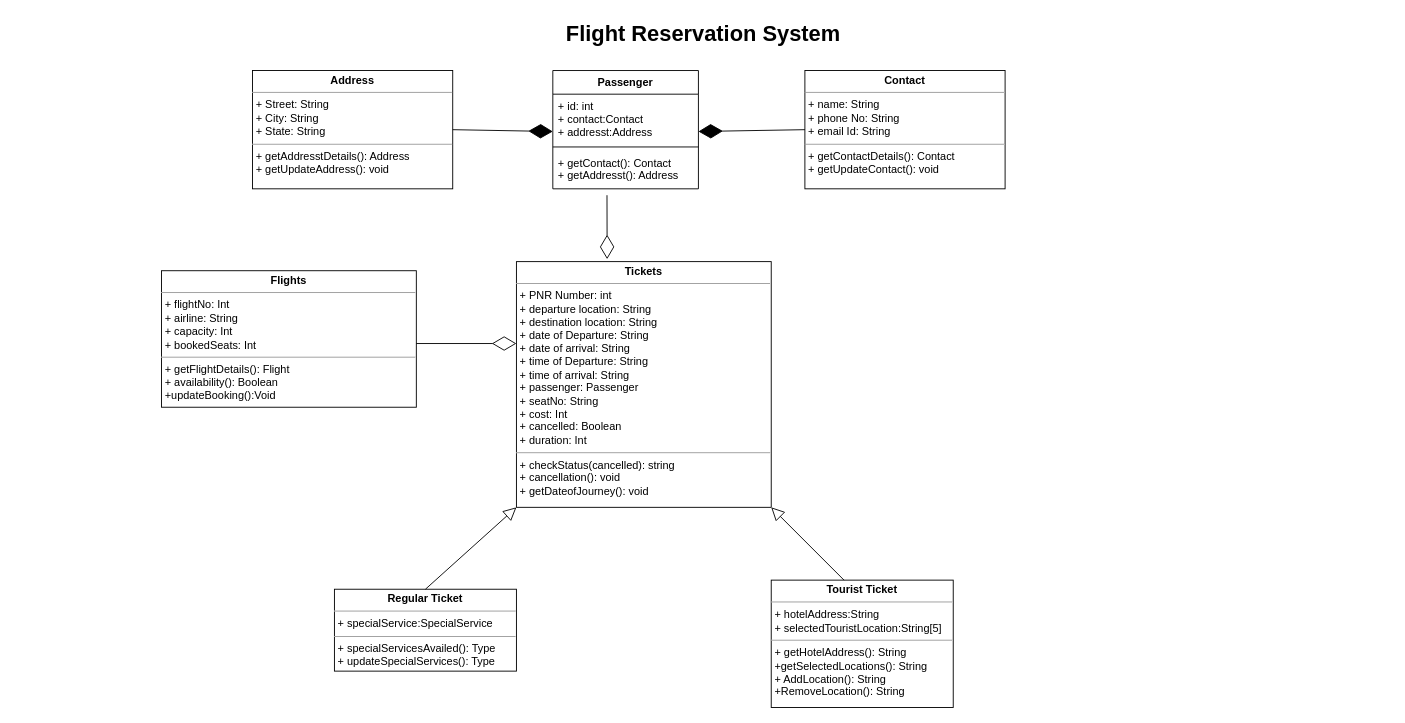
This is FRS.drawio from sudharm20/Flight_reservation_system, a draw.io file, before an edit. Source tidied: cells renumbered, new cells numbered last; positions are measured from the earlier drawing's top-left corner, leaving out a move shared by most shapes. Both pictures are drawn from the tidied source at 91%, with x=0, y=0 at pixel (15, 15).
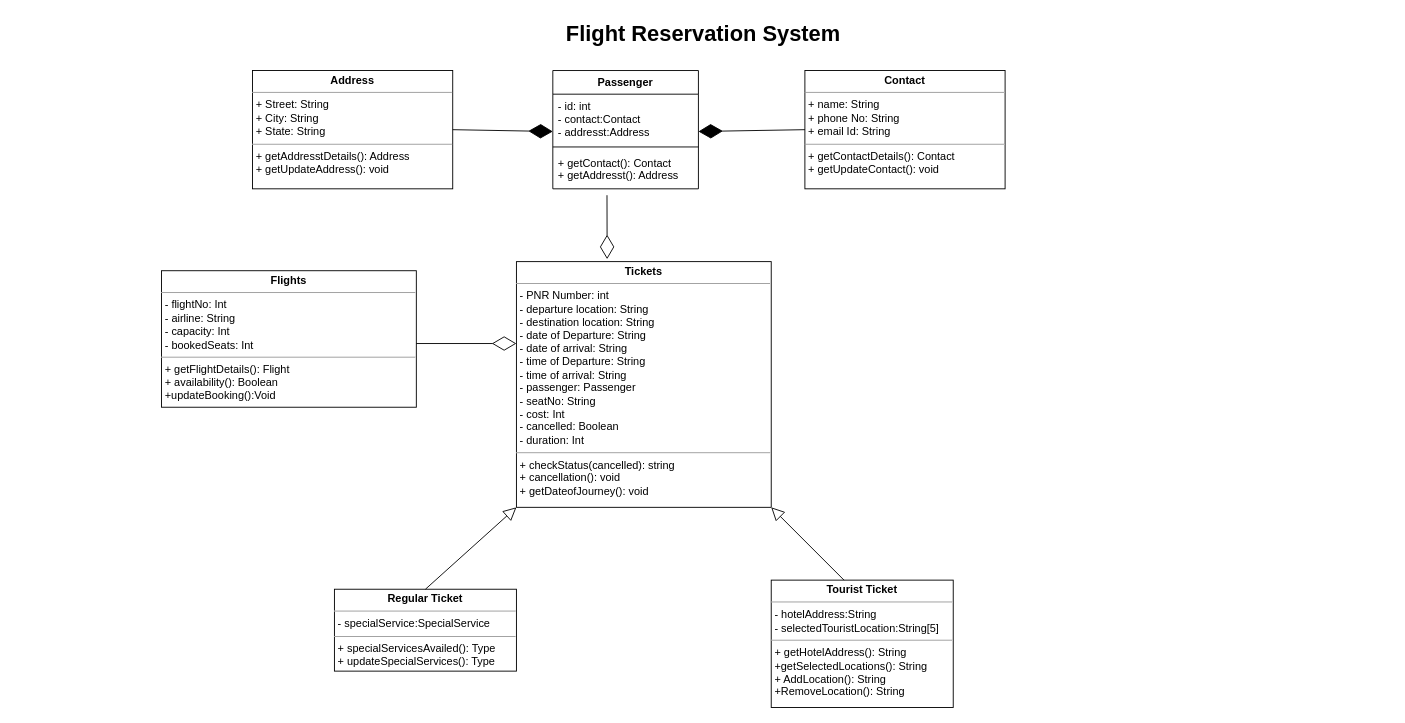
After the change.

Unchanged cells that the change refers to:
```xml
<mxCell id="12" value="Passenger" style="swimlane;fontStyle=1;align=center;verticalAlign=top;horizontal=1;startSize=26;" parent="1" vertex="1">
  <mxGeometry x="590" y="60" width="160" height="130" as="geometry" />
</mxCell>
```

The edit, as a diff of the source:
```diff
@@
-    <mxCell id="10" value="&lt;p style=&quot;margin: 0px ; margin-top: 4px ; text-align: center&quot;&gt;&lt;b&gt;Tickets&lt;/b&gt;&lt;/p&gt;&lt;hr size=&quot;1&quot;&gt;&lt;p style=&quot;margin: 0px ; margin-left: 4px&quot;&gt;+ PNR Number: int&lt;br&gt;&lt;/p&gt;&lt;p style=&quot;margin: 0px ; margin-left: 4px&quot;&gt;+ departure location: String&lt;br&gt;&lt;/p&gt;&lt;p style=&quot;margin: 0px ; margin-left: 4px&quot;&gt;+ destination location: String&amp;nbsp;&lt;br&gt;&lt;/p&gt;&lt;p style=&quot;margin: 0px ; margin-left: 4px&quot;&gt;+ date of Departure: String&lt;br&gt;&lt;/p&gt;&lt;p style=&quot;margin: 0px 0px 0px 4px&quot;&gt;+ date of arrival: String&lt;/p&gt;&lt;p style=&quot;margin: 0px ; margin-left: 4px&quot;&gt;+ time of Departure: String&lt;br&gt;&lt;/p&gt;&lt;p style=&quot;margin: 0px ; margin-left: 4px&quot;&gt;+ time of arrival: String&lt;/p&gt;&lt;p style=&quot;margin: 0px 0px 0px 4px&quot;&gt;+ passenger: Passenger&lt;/p&gt;&lt;p style=&quot;margin: 0px 0px 0px 4px&quot;&gt;+ seatNo: String&lt;/p&gt;&lt;p style=&quot;margin: 0px 0px 0px 4px&quot;&gt;&lt;span&gt;+ cost: Int&lt;/span&gt;&lt;br&gt;&lt;/p&gt;&lt;p style=&quot;margin: 0px 0px 0px 4px&quot;&gt;&lt;span&gt;+ cancelled: Boolean&lt;/span&gt;&lt;/p&gt;&lt;p style=&quot;margin: 0px 0px 0px 4px&quot;&gt;+ duration: Int&lt;/p&gt;&lt;hr size=&quot;1&quot;&gt;&lt;p style=&quot;margin: 0px ; margin-left: 4px&quot;&gt;+ checkStatus(cancelled): string&lt;/p&gt;&lt;p style=&quot;margin: 0px 0px 0px 4px&quot;&gt;+ cancellation(): void&lt;/p&gt;&lt;p style=&quot;margin: 0px 0px 0px 4px&quot;&gt;+ getDateofJourney(): void&lt;/p&gt;&lt;p style=&quot;margin: 0px 0px 0px 4px&quot;&gt;&lt;br&gt;&lt;/p&gt;&lt;p style=&quot;margin: 0px 0px 0px 4px&quot;&gt;&lt;br&gt;&lt;/p&gt;" style="verticalAlign=top;align=left;overflow=fill;fontSize=12;fontFamily=Helvetica;html=1;" parent="1" vertex="1">
+    <mxCell id="10" value="&lt;p style=&quot;margin: 0px ; margin-top: 4px ; text-align: center&quot;&gt;&lt;b&gt;Tickets&lt;/b&gt;&lt;/p&gt;&lt;hr size=&quot;1&quot;&gt;&lt;p style=&quot;margin: 0px ; margin-left: 4px&quot;&gt;- PNR Number: int&lt;br&gt;&lt;/p&gt;&lt;p style=&quot;margin: 0px ; margin-left: 4px&quot;&gt;- departure location: String&lt;br&gt;&lt;/p&gt;&lt;p style=&quot;margin: 0px ; margin-left: 4px&quot;&gt;- destination location: String&amp;nbsp;&lt;br&gt;&lt;/p&gt;&lt;p style=&quot;margin: 0px ; margin-left: 4px&quot;&gt;- date of Departure: String&lt;br&gt;&lt;/p&gt;&lt;p style=&quot;margin: 0px 0px 0px 4px&quot;&gt;- date of arrival: String&lt;/p&gt;&lt;p style=&quot;margin: 0px ; margin-left: 4px&quot;&gt;- time of Departure: String&lt;br&gt;&lt;/p&gt;&lt;p style=&quot;margin: 0px ; margin-left: 4px&quot;&gt;- time of arrival: String&lt;/p&gt;&lt;p style=&quot;margin: 0px 0px 0px 4px&quot;&gt;- passenger: Passenger&lt;/p&gt;&lt;p style=&quot;margin: 0px 0px 0px 4px&quot;&gt;- seatNo: String&lt;/p&gt;&lt;p style=&quot;margin: 0px 0px 0px 4px&quot;&gt;&lt;span&gt;- cost: Int&lt;/span&gt;&lt;br&gt;&lt;/p&gt;&lt;p style=&quot;margin: 0px 0px 0px 4px&quot;&gt;&lt;span&gt;- cancelled: Boolean&lt;/span&gt;&lt;/p&gt;&lt;p style=&quot;margin: 0px 0px 0px 4px&quot;&gt;- duration: Int&lt;/p&gt;&lt;hr size=&quot;1&quot;&gt;&lt;p style=&quot;margin: 0px ; margin-left: 4px&quot;&gt;+ checkStatus(cancelled): string&lt;/p&gt;&lt;p style=&quot;margin: 0px 0px 0px 4px&quot;&gt;+ cancellation(): void&lt;/p&gt;&lt;p style=&quot;margin: 0px 0px 0px 4px&quot;&gt;+ getDateofJourney(): void&lt;/p&gt;&lt;p style=&quot;margin: 0px 0px 0px 4px&quot;&gt;&lt;br&gt;&lt;/p&gt;&lt;p style=&quot;margin: 0px 0px 0px 4px&quot;&gt;&lt;br&gt;&lt;/p&gt;" style="verticalAlign=top;align=left;overflow=fill;fontSize=12;fontFamily=Helvetica;html=1;" parent="1" vertex="1">
       <mxGeometry x="550" y="270" width="280" height="270" as="geometry" />
     </mxCell>
-    <mxCell id="11" value="&lt;p style=&quot;margin: 0px ; margin-top: 4px ; text-align: center&quot;&gt;&lt;b&gt;Flights&lt;/b&gt;&lt;/p&gt;&lt;hr size=&quot;1&quot;&gt;&lt;p style=&quot;margin: 0px ; margin-left: 4px&quot;&gt;+ flightNo: Int&lt;br&gt;&lt;/p&gt;&lt;p style=&quot;margin: 0px ; margin-left: 4px&quot;&gt;+ airline: String&lt;br&gt;&lt;/p&gt;&lt;p style=&quot;margin: 0px ; margin-left: 4px&quot;&gt;+ capacity: Int&lt;br&gt;&lt;/p&gt;&lt;p style=&quot;margin: 0px ; margin-left: 4px&quot;&gt;+ bookedSeats: Int&lt;/p&gt;&lt;hr size=&quot;1&quot;&gt;&lt;p style=&quot;margin: 0px ; margin-left: 4px&quot;&gt;+ getFlightDetails(): Flight&lt;/p&gt;&lt;p style=&quot;margin: 0px 0px 0px 4px&quot;&gt;+ availability(): Boolean&lt;/p&gt;&lt;p style=&quot;margin: 0px 0px 0px 4px&quot;&gt;+updateBooking():Void&lt;/p&gt;&lt;p style=&quot;margin: 0px 0px 0px 4px&quot;&gt;&lt;br&gt;&lt;/p&gt;" style="verticalAlign=top;align=left;overflow=fill;fontSize=12;fontFamily=Helvetica;html=1;" parent="1" vertex="1">
+    <mxCell id="11" value="&lt;p style=&quot;margin: 0px ; margin-top: 4px ; text-align: center&quot;&gt;&lt;b&gt;Flights&lt;/b&gt;&lt;/p&gt;&lt;hr size=&quot;1&quot;&gt;&lt;p style=&quot;margin: 0px ; margin-left: 4px&quot;&gt;- flightNo: Int&lt;br&gt;&lt;/p&gt;&lt;p style=&quot;margin: 0px ; margin-left: 4px&quot;&gt;- airline: String&lt;br&gt;&lt;/p&gt;&lt;p style=&quot;margin: 0px ; margin-left: 4px&quot;&gt;- capacity: Int&lt;br&gt;&lt;/p&gt;&lt;p style=&quot;margin: 0px ; margin-left: 4px&quot;&gt;- bookedSeats: Int&lt;/p&gt;&lt;hr size=&quot;1&quot;&gt;&lt;p style=&quot;margin: 0px ; margin-left: 4px&quot;&gt;+ getFlightDetails(): Flight&lt;/p&gt;&lt;p style=&quot;margin: 0px 0px 0px 4px&quot;&gt;+ availability(): Boolean&lt;/p&gt;&lt;p style=&quot;margin: 0px 0px 0px 4px&quot;&gt;+updateBooking():Void&lt;/p&gt;&lt;p style=&quot;margin: 0px 0px 0px 4px&quot;&gt;&lt;br&gt;&lt;/p&gt;" style="verticalAlign=top;align=left;overflow=fill;fontSize=12;fontFamily=Helvetica;html=1;" parent="1" vertex="1">
       <mxGeometry x="160" y="280" width="280" height="150" as="geometry" />
     </mxCell>
@@
-    <mxCell id="13" value="+ id: int&#10;+ contact:Contact&#10;+ addresst:Address" style="text;strokeColor=none;fillColor=none;align=left;verticalAlign=top;spacingLeft=4;spacingRight=4;overflow=hidden;" parent="12" vertex="1">
+    <mxCell id="13" value="- id: int&#10;- contact:Contact&#10;- addresst:Address" style="text;strokeColor=none;fillColor=none;align=left;verticalAlign=top;spacingLeft=4;spacingRight=4;overflow=hidden;" parent="12" vertex="1">
       <mxGeometry y="26" width="160" height="54" as="geometry" />
     </mxCell>
@@
-    <mxCell id="19" value="&lt;p style=&quot;margin: 0px ; margin-top: 4px ; text-align: center&quot;&gt;&lt;b&gt;Regular Ticket&lt;/b&gt;&lt;/p&gt;&lt;hr size=&quot;1&quot;&gt;&lt;p style=&quot;margin: 0px ; margin-left: 4px&quot;&gt;+ specialService:SpecialService&amp;nbsp;&lt;/p&gt;&lt;hr size=&quot;1&quot;&gt;&lt;p style=&quot;margin: 0px ; margin-left: 4px&quot;&gt;+ specialServicesAvailed(): Type&lt;/p&gt;&lt;p style=&quot;margin: 0px 0px 0px 4px&quot;&gt;+ updateSpecialServices(): Type&lt;/p&gt;&lt;p style=&quot;margin: 0px 0px 0px 4px&quot;&gt;&lt;br&gt;&lt;/p&gt;" style="verticalAlign=top;align=left;overflow=fill;fontSize=12;fontFamily=Helvetica;html=1;" parent="1" vertex="1">
+    <mxCell id="19" value="&lt;p style=&quot;margin: 0px ; margin-top: 4px ; text-align: center&quot;&gt;&lt;b&gt;Regular Ticket&lt;/b&gt;&lt;/p&gt;&lt;hr size=&quot;1&quot;&gt;&lt;p style=&quot;margin: 0px ; margin-left: 4px&quot;&gt;- specialService:SpecialService&amp;nbsp;&lt;/p&gt;&lt;hr size=&quot;1&quot;&gt;&lt;p style=&quot;margin: 0px ; margin-left: 4px&quot;&gt;+ specialServicesAvailed(): Type&lt;/p&gt;&lt;p style=&quot;margin: 0px 0px 0px 4px&quot;&gt;+ updateSpecialServices(): Type&lt;/p&gt;&lt;p style=&quot;margin: 0px 0px 0px 4px&quot;&gt;&lt;br&gt;&lt;/p&gt;" style="verticalAlign=top;align=left;overflow=fill;fontSize=12;fontFamily=Helvetica;html=1;" parent="1" vertex="1">
       <mxGeometry x="350" y="630" width="200" height="90" as="geometry" />
     </mxCell>
-    <mxCell id="20" value="&lt;p style=&quot;margin: 0px ; margin-top: 4px ; text-align: center&quot;&gt;&lt;b&gt;Tourist Ticket&lt;/b&gt;&lt;/p&gt;&lt;hr size=&quot;1&quot;&gt;&lt;p style=&quot;margin: 0px ; margin-left: 4px&quot;&gt;+ hotelAddress:String&lt;/p&gt;&lt;p style=&quot;margin: 0px 0px 0px 4px&quot;&gt;+ selectedTouristLocation:String[5]&lt;/p&gt;&lt;hr size=&quot;1&quot;&gt;&lt;p style=&quot;margin: 0px 0px 0px 4px&quot;&gt;+ getHotelAddress(): String&lt;/p&gt;&lt;p style=&quot;margin: 0px 0px 0px 4px&quot;&gt;+getSelectedLocations(): String&lt;/p&gt;&lt;p style=&quot;margin: 0px ; margin-left: 4px&quot;&gt;+ AddLocation(): String&lt;/p&gt;&lt;p style=&quot;margin: 0px 0px 0px 4px&quot;&gt;+RemoveLocation(): String&lt;/p&gt;" style="verticalAlign=top;align=left;overflow=fill;fontSize=12;fontFamily=Helvetica;html=1;" parent="1" vertex="1">
+    <mxCell id="20" value="&lt;p style=&quot;margin: 0px ; margin-top: 4px ; text-align: center&quot;&gt;&lt;b&gt;Tourist Ticket&lt;/b&gt;&lt;/p&gt;&lt;hr size=&quot;1&quot;&gt;&lt;p style=&quot;margin: 0px ; margin-left: 4px&quot;&gt;- hotelAddress:String&lt;/p&gt;&lt;p style=&quot;margin: 0px 0px 0px 4px&quot;&gt;- selectedTouristLocation:String[5]&lt;/p&gt;&lt;hr size=&quot;1&quot;&gt;&lt;p style=&quot;margin: 0px 0px 0px 4px&quot;&gt;+ getHotelAddress(): String&lt;/p&gt;&lt;p style=&quot;margin: 0px 0px 0px 4px&quot;&gt;+getSelectedLocations(): String&lt;/p&gt;&lt;p style=&quot;margin: 0px ; margin-left: 4px&quot;&gt;+ AddLocation(): String&lt;/p&gt;&lt;p style=&quot;margin: 0px 0px 0px 4px&quot;&gt;+RemoveLocation(): String&lt;/p&gt;" style="verticalAlign=top;align=left;overflow=fill;fontSize=12;fontFamily=Helvetica;html=1;" parent="1" vertex="1">
       <mxGeometry x="830" y="620" width="200" height="140" as="geometry" />
     </mxCell>
```
